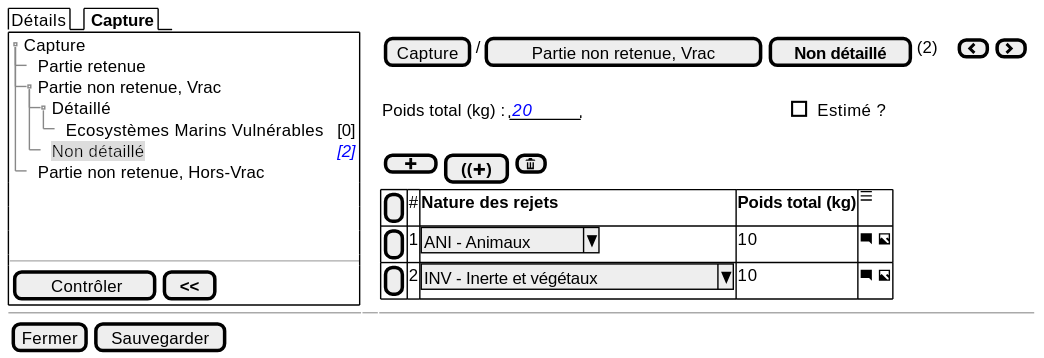
Earlier version of the PlantUML export projects/obsmer/spe/images/batch/batch-tree-PNR-VRAC-NDETAIL.svg (sumaris-net/sumaris-doc). Its source is kept beside it as projects/obsmer/spe/images/batch/batch-tree-PNR-VRAC-NDETAIL.puml.
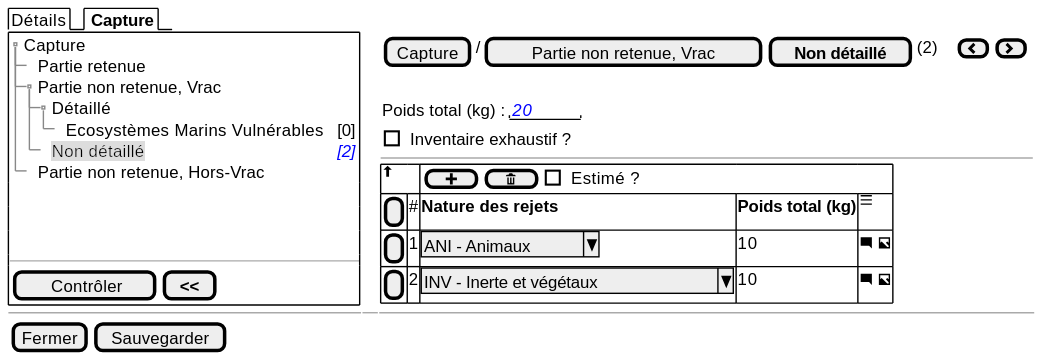
The same file after the commit.

The edit, as a diff of the source:
```diff
@@ -21,10 +21,13 @@
   } | . | {
     { [Capture] | / | [Partie non retenue, Vrac] | [<b>Non détaillé] | (2) | . | . | { [<&chevron-left>] | [<&chevron-right>] } }
            .
-           {Poids total (kg) : | "  <i><color:blue>20  " | . | . | . | . | . | . | . | . | . | . | . | . | . | . | . | . | . | . | . | . | . | . | . | . | . | . | . | . | . | [ ] Estimé ? }
-           .
-        { [ <&plus> ] | [<b>((<&plus><b>)] | [<&trash>] }
+           {Poids total (kg) : | "  <i><color:blue>20  " }
+
+           { [ ] Inventaire exhaustif ? }
+
+        ---
         {#
+            <&arrow-thick-top> | *  | {[ <&plus> ] | [ <&trash> ] | [ ] Estimé ? } | * | *
             [ ] | # | <b>Nature des rejets  | <b>Poids total (kg)     |  <&menu>
             [ ] | 1 | ^ ANI - Animaux^         | 10 |  <&comment-square> <&image>
             [ ] | 2 | ^ INV - Inerte et végétaux ^        |  10 |  <&comment-square> <&image>
```
